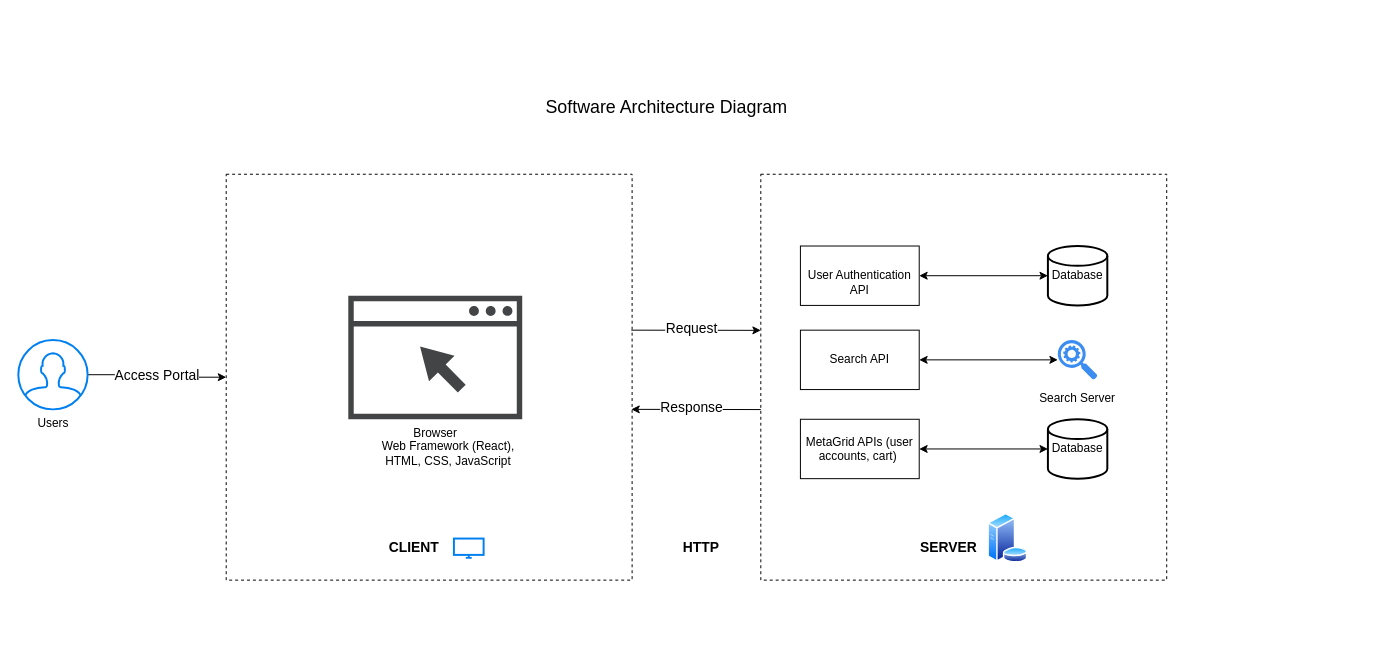
The draw.io diagram Untitled Diagram.drawio in tomvothecoder/drawio, before the edit. Source tidied: cells renumbered, new cells numbered last; positions are measured from the earlier drawing's top-left corner, leaving out a move shared by most shapes. Both pictures are drawn from the tidied source at 99%, with x=0, y=0 at pixel (18, 97).
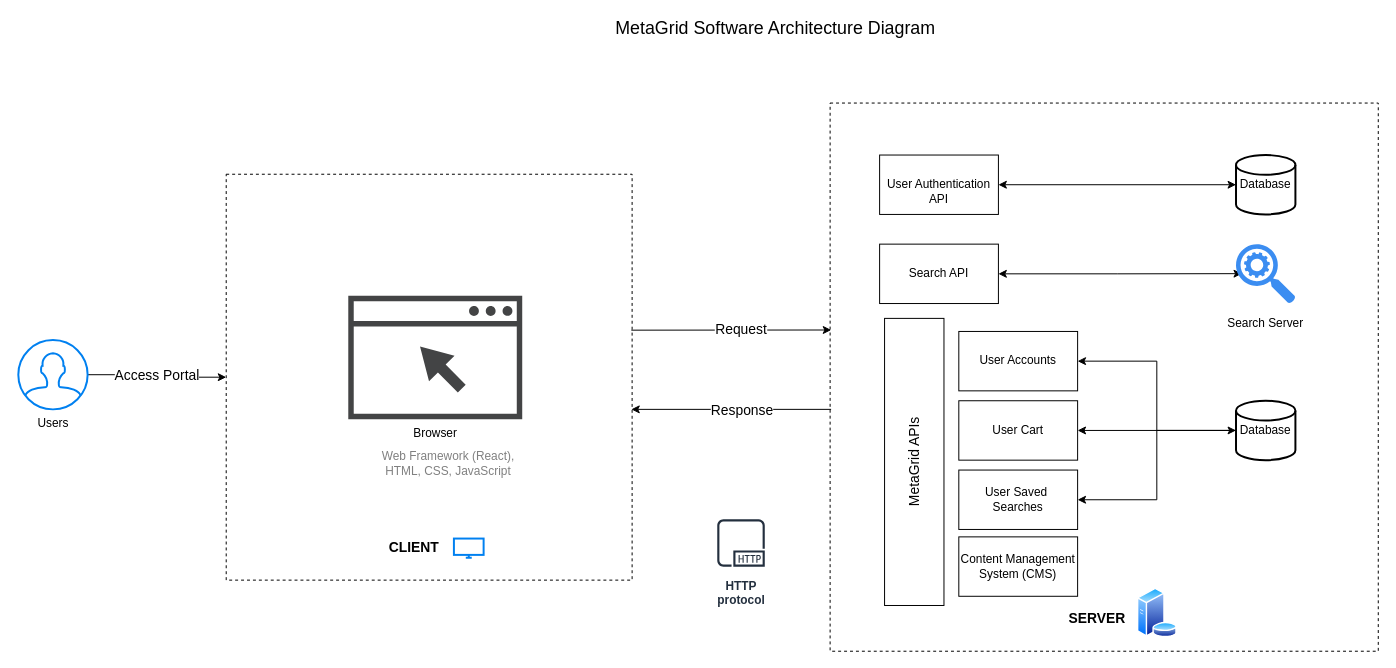
After the change.

What changed in the source:
```diff
@@
     <mxCell id="5" style="whiteSpace=wrap;html=1;dashed=1;" parent="1" vertex="1">
-      <mxGeometry x="750" y="77.5" width="410" height="410" as="geometry" />
+      <mxGeometry x="820" y="5.6" width="553.7" height="553.7" as="geometry" />
     </mxCell>
@@
     <mxCell id="7" value="&lt;br&gt;User Authentication API" style="rounded=0;whiteSpace=wrap;html=1;" parent="1" vertex="1">
-      <mxGeometry x="790" y="150" width="120" height="60" as="geometry" />
+      <mxGeometry x="870" y="58.1" width="120" height="60" as="geometry" />
     </mxCell>
-    <mxCell id="8" style="edgeStyle=orthogonalEdgeStyle;rounded=0;jettySize=auto;html=1;exitX=1;exitY=0.5;exitDx=0;exitDy=0;entryX=0;entryY=0.5;entryDx=0;entryDy=0;entryPerimeter=0;startArrow=classic;startFill=1;" parent="1" edge="1" source="9" target="16">
+    <mxCell id="8" style="edgeStyle=orthogonalEdgeStyle;rounded=0;jettySize=auto;html=1;exitX=1;exitY=0.5;exitDx=0;exitDy=0;entryX=0.1;entryY=0.497;entryDx=0;entryDy=0;entryPerimeter=0;startArrow=classic;startFill=1;endArrow=classic;endFill=1;fontSize=14;" parent="1" edge="1" source="9" target="16">
       <mxGeometry relative="1" as="geometry" />
     </mxCell>
     <mxCell id="9" value="Search API" style="rounded=0;whiteSpace=wrap;html=1;" parent="1" vertex="1">
-      <mxGeometry x="790" y="235" width="120" height="60" as="geometry" />
+      <mxGeometry x="870" y="148.1" width="120" height="60" as="geometry" />
     </mxCell>
-    <mxCell id="10" style="edgeStyle=orthogonalEdgeStyle;rounded=0;jettySize=auto;html=1;exitX=1;exitY=0.5;exitDx=0;exitDy=0;entryX=0;entryY=0.5;entryDx=0;entryDy=0;entryPerimeter=0;startArrow=classic;startFill=1;" parent="1" edge="1" source="11" target="15">
+    <mxCell id="10" style="edgeStyle=orthogonalEdgeStyle;rounded=0;jettySize=auto;html=1;exitX=1;exitY=0.5;exitDx=0;exitDy=0;entryX=0;entryY=0.5;entryDx=0;entryDy=0;entryPerimeter=0;startArrow=classic;startFill=1;endArrow=none;endFill=0;fontSize=14;" parent="1" edge="1" source="11" target="15">
       <mxGeometry relative="1" as="geometry" />
     </mxCell>
-    <mxCell id="11" value="MetaGrid APIs (user accounts, cart)&amp;nbsp;" style="rounded=0;whiteSpace=wrap;html=1;" parent="1" vertex="1">
-      <mxGeometry x="790" y="325" width="120" height="60" as="geometry" />
+    <mxCell id="11" value="User Accounts" style="rounded=0;whiteSpace=wrap;html=1;" parent="1" vertex="1">
+      <mxGeometry x="950" y="236.3" width="120" height="60" as="geometry" />
     </mxCell>
@@
     <mxCell id="13" value="&lt;b&gt;&lt;font style=&quot;font-size: 14px&quot;&gt;SERVER&lt;/font&gt;&lt;/b&gt;" style="text;html=1;strokeColor=none;fillColor=none;align=center;verticalAlign=middle;whiteSpace=wrap;rounded=0;" parent="1" vertex="1">
-      <mxGeometry x="920" y="445" width="40" height="20" as="geometry" />
+      <mxGeometry x="1070" y="515.6" width="40" height="20" as="geometry" />
     </mxCell>
     <mxCell id="14" value="Database" style="strokeWidth=2;html=1;shape=mxgraph.flowchart.database;whiteSpace=wrap;" parent="1" vertex="1">
-      <mxGeometry x="1040" y="150" width="60" height="60" as="geometry" />
+      <mxGeometry x="1230" y="58.1" width="60" height="60" as="geometry" />
     </mxCell>
     <mxCell id="15" value="Database" style="strokeWidth=2;html=1;shape=mxgraph.flowchart.database;whiteSpace=wrap;" parent="1" vertex="1">
-      <mxGeometry x="1040" y="325" width="60" height="60" as="geometry" />
+      <mxGeometry x="1230" y="306.3" width="60" height="60" as="geometry" />
     </mxCell>
     <mxCell id="16" style="html=1;strokeColor=none;shadow=0;align=center;verticalAlign=top;fillColor=#3B8DF1;shape=mxgraph.gcp2.search_api;" parent="1" vertex="1">
-      <mxGeometry x="1050" y="245" width="40" height="40" as="geometry" />
+      <mxGeometry x="1230" y="148.1" width="60" height="60" as="geometry" />
     </mxCell>
     <mxCell id="17" value="Search Server" style="text;html=1;strokeColor=none;fillColor=none;align=center;verticalAlign=middle;whiteSpace=wrap;rounded=0;" parent="1" vertex="1">
-      <mxGeometry x="1020" y="293.9" width="100" height="20" as="geometry" />
+      <mxGeometry x="1210" y="218.1" width="100" height="20" as="geometry" />
     </mxCell>
     <mxCell id="18" style="perimeter=ellipsePerimeter;html=1;align=center;shadow=0;dashed=0;spacingTop=3;image;image=img/lib/active_directory/database_server.svg;" parent="1" vertex="1">
-      <mxGeometry x="979" y="420" width="41" height="50" as="geometry" />
+      <mxGeometry x="1130" y="495.6" width="41" height="50" as="geometry" />
     </mxCell>
@@
-    <mxCell id="21" value="Web Framework (React), HTML, CSS, JavaScript" style="text;html=1;strokeColor=none;fillColor=none;align=center;verticalAlign=middle;whiteSpace=wrap;rounded=0;" parent="1" vertex="1">
-      <mxGeometry x="350" y="350" width="169" height="20" as="geometry" />
+    <mxCell id="21" value="&lt;font color=&quot;#808080&quot;&gt;Web Framework (React), HTML, CSS, JavaScript&lt;/font&gt;" style="text;html=1;strokeColor=none;fillColor=none;align=center;verticalAlign=middle;whiteSpace=wrap;rounded=0;" parent="1" vertex="1">
+      <mxGeometry x="350" y="360" width="169" height="20" as="geometry" />
     </mxCell>
-    <mxCell id="22" value="&lt;font style=&quot;font-size: 18px&quot;&gt;Software Architecture Diagram&lt;/font&gt;" style="text;html=1;strokeColor=none;fillColor=none;align=center;verticalAlign=middle;whiteSpace=wrap;rounded=0;dashed=1;fontSize=14;" parent="1" vertex="1">
-      <mxGeometry x="360" width="590" height="20" as="geometry" />
+    <mxCell id="22" value="&lt;font style=&quot;font-size: 18px&quot;&gt;MetaGrid Software Architecture Diagram&lt;/font&gt;" style="text;html=1;strokeColor=none;fillColor=none;align=center;verticalAlign=middle;whiteSpace=wrap;rounded=0;dashed=1;fontSize=14;" parent="1" vertex="1">
+      <mxGeometry x="470" y="-80" width="590" height="20" as="geometry" />
     </mxCell>
-    <mxCell id="23" style="endArrow=none;html=1;exitX=0.002;exitY=0.609;exitDx=0;exitDy=0;exitPerimeter=0;startArrow=classic;startFill=1;endFill=0;" parent="1" edge="1">
+    <mxCell id="23" style="endArrow=none;html=1;startArrow=classic;startFill=1;endFill=0;exitX=0.002;exitY=0.414;exitDx=0;exitDy=0;exitPerimeter=0;" parent="1" edge="1" source="5">
       <mxGeometry relative="1" as="geometry">
-        <mxPoint x="750" y="235.2" as="sourcePoint" />
         <mxPoint x="619.2" y="235" as="targetPoint" />
       </mxGeometry>
     </mxCell>
     <mxCell id="24" value="Request" style="edgeLabel;html=1;align=center;verticalAlign=middle;fontSize=14;" parent="23" vertex="1">
-      <mxGeometry x="0.13" y="2" relative="1" as="geometry">
-        <mxPoint x="3.2" y="-4.1" as="offset" />
-      </mxGeometry>
+      <mxGeometry x="-0.09" y="-1" relative="1" as="geometry" />
     </mxCell>
-    <mxCell id="25" style="endArrow=classic;html=1;exitX=0.002;exitY=0.609;exitDx=0;exitDy=0;exitPerimeter=0;" parent="1" edge="1">
+    <mxCell id="25" style="endArrow=classic;html=1;" parent="1" edge="1">
       <mxGeometry relative="1" as="geometry">
-        <mxPoint x="750" y="315.2" as="sourcePoint" />
+        <mxPoint x="821" y="315" as="sourcePoint" />
         <mxPoint x="619.2" y="315" as="targetPoint" />
       </mxGeometry>
     </mxCell>
     <mxCell id="26" value="Response" style="edgeLabel;html=1;align=center;verticalAlign=middle;fontSize=14;" parent="25" vertex="1">
       <mxGeometry x="0.13" y="2" relative="1" as="geometry">
-        <mxPoint x="3.2" y="-4.1" as="offset" />
+        <mxPoint x="23" y="-2" as="offset" />
       </mxGeometry>
     </mxCell>
-    <mxCell id="27" value="&lt;b style=&quot;font-size: 14px&quot;&gt;HTTP&lt;/b&gt;" style="text;html=1;strokeColor=none;fillColor=none;align=center;verticalAlign=middle;whiteSpace=wrap;rounded=0;fontSize=14;" parent="1" vertex="1">
-      <mxGeometry x="670" y="445" width="40" height="20" as="geometry" />
-    </mxCell>
+    <mxCell id="28" value="&lt;b&gt;HTTP&lt;br&gt;protocol&lt;/b&gt;" style="fontColor=#232F3E;gradientColor=none;strokeColor=#232F3E;fillColor=#ffffff;dashed=0;verticalLabelPosition=bottom;verticalAlign=top;align=center;html=1;fontSize=12;fontStyle=0;shape=mxgraph.aws4.resourceIcon;resIcon=mxgraph.aws4.http_protocol;" parent="1" vertex="1">
+      <mxGeometry x="700" y="420" width="60" height="60" as="geometry" />
+    </mxCell>
+    <mxCell id="29" value="MetaGrid APIs" style="rounded=0;whiteSpace=wrap;html=1;strokeColor=#000000;fontSize=14;rotation=-90;" parent="1" vertex="1">
+      <mxGeometry x="760" y="338.1" width="290" height="60" as="geometry" />
+    </mxCell>
+    <mxCell id="30" style="edgeStyle=orthogonalEdgeStyle;rounded=0;jettySize=auto;html=1;exitX=1;exitY=0.5;exitDx=0;exitDy=0;entryX=0;entryY=0.5;entryDx=0;entryDy=0;entryPerimeter=0;startArrow=classic;startFill=1;endArrow=none;endFill=0;fontSize=14;" parent="1" edge="1" source="31" target="15">
+      <mxGeometry relative="1" as="geometry" />
+    </mxCell>
+    <mxCell id="31" value="User Cart" style="rounded=0;whiteSpace=wrap;html=1;" parent="1" vertex="1">
+      <mxGeometry x="950" y="306.3" width="120" height="60" as="geometry" />
+    </mxCell>
+    <mxCell id="32" style="edgeStyle=orthogonalEdgeStyle;rounded=0;jettySize=auto;html=1;exitX=1;exitY=0.5;exitDx=0;exitDy=0;entryX=0;entryY=0.5;entryDx=0;entryDy=0;entryPerimeter=0;startArrow=classic;startFill=1;endArrow=classic;endFill=1;fontSize=14;" parent="1" edge="1" source="33" target="15">
+      <mxGeometry relative="1" as="geometry" />
+    </mxCell>
+    <mxCell id="33" value="User Saved&amp;nbsp; Searches" style="rounded=0;whiteSpace=wrap;html=1;" parent="1" vertex="1">
+      <mxGeometry x="950" y="376.3" width="120" height="60" as="geometry" />
+    </mxCell>
+    <mxCell id="34" value="Content Management System (CMS)" style="rounded=0;whiteSpace=wrap;html=1;" parent="1" vertex="1">
+      <mxGeometry x="950" y="443.8" width="120" height="60" as="geometry" />
+    </mxCell>
```
